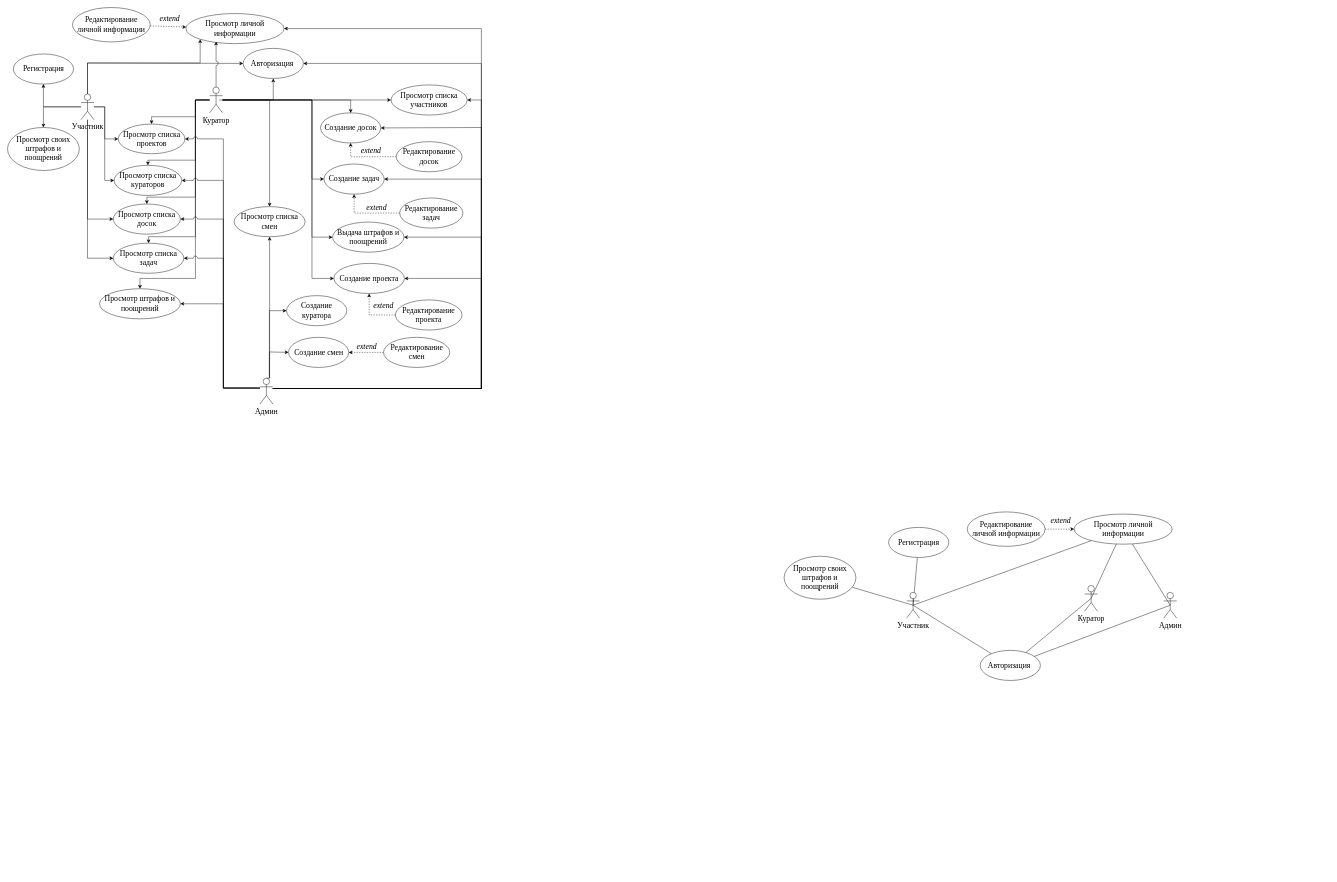
This is Диаграмма прецедентов.drawio from AvipoStar/EOIS-FRONT, a draw.io file, before an edit. Source tidied: cells renumbered, new cells numbered last; positions are measured from the earlier drawing's top-left corner, leaving out a move shared by most shapes. Both pictures are drawn from the tidied source at 43%, with x=0, y=0 at pixel (7, 7).
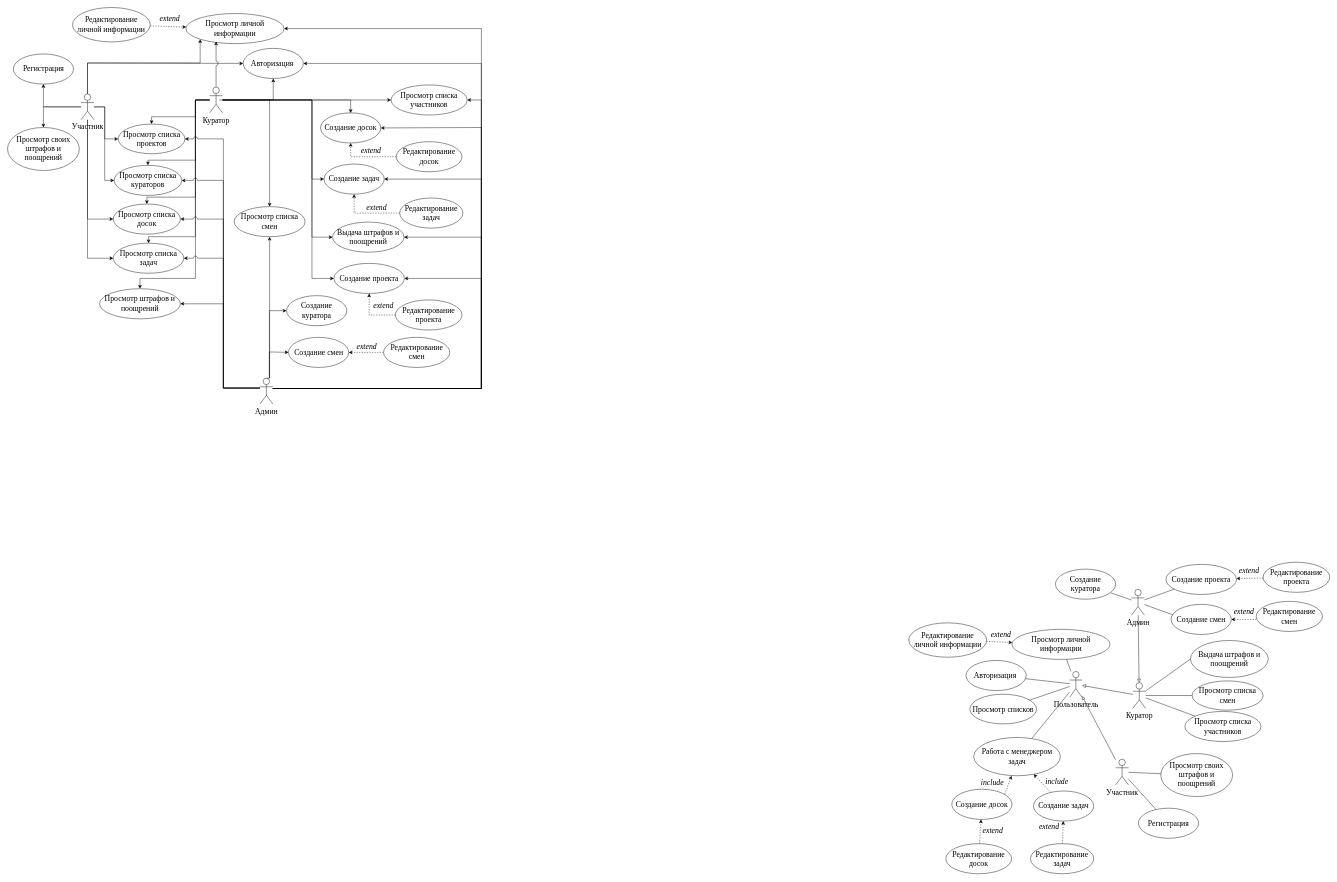
Above is the later version.

The change refers to these unchanged cells:
```xml
<mxCell id="85" style="rounded=0;jettySize=auto;html=1;dashed=1;endArrow=classic;endFill=1;fontFamily=Liberation Serif;fontSize=14;" parent="1" edge="1" source="87" target="84">
  <mxGeometry relative="1" as="geometry" />
</mxCell>
```

Change to the diagram source:
```diff
@@
-    <mxCell id="72" style="rounded=0;jettySize=auto;html=1;exitX=0.5;exitY=0.5;exitDx=0;exitDy=0;exitPerimeter=0;endArrow=none;endFill=0;" parent="1" edge="1" source="76" target="88">
+    <mxCell id="72" style="rounded=0;jettySize=auto;html=1;endArrow=none;endFill=0;jumpStyle=arc;" parent="1" edge="1" source="76" target="88">
       <mxGeometry relative="1" as="geometry" />
     </mxCell>
-    <mxCell id="73" style="rounded=0;jettySize=auto;html=1;exitX=0.5;exitY=0.5;exitDx=0;exitDy=0;exitPerimeter=0;endArrow=none;endFill=0;" parent="1" edge="1" source="76" target="84">
-      <mxGeometry relative="1" as="geometry" />
-    </mxCell>
-    <mxCell id="74" style="rounded=0;jettySize=auto;html=1;exitX=0.5;exitY=0.5;exitDx=0;exitDy=0;exitPerimeter=0;endArrow=none;endFill=0;" parent="1" edge="1" source="76" target="83">
-      <mxGeometry relative="1" as="geometry" />
-    </mxCell>
-    <mxCell id="75" style="rounded=0;jettySize=auto;html=1;exitX=0.5;exitY=0.5;exitDx=0;exitDy=0;exitPerimeter=0;endArrow=none;endFill=0;" parent="1" edge="1" source="76" target="89">
+    <mxCell id="75" style="rounded=0;jettySize=auto;html=1;endArrow=none;endFill=0;jumpStyle=arc;" parent="1" edge="1" source="76" target="89">
       <mxGeometry relative="1" as="geometry" />
     </mxCell>
     <mxCell id="76" value="Участник&lt;div style=&quot;font-size: 18px;&quot;&gt;&lt;br style=&quot;font-size: 18px;&quot;&gt;&lt;/div&gt;" style="shape=umlActor;verticalLabelPosition=bottom;verticalAlign=top;html=1;fontFamily=Liberation Serif;fontSize=18;" parent="1" vertex="1">
-      <mxGeometry x="2091" y="1360" width="30" height="60" as="geometry" />
+      <mxGeometry x="2577" y="1748" width="30" height="60" as="geometry" />
     </mxCell>
-    <mxCell id="77" style="rounded=0;jettySize=auto;html=1;exitX=0.5;exitY=0.5;exitDx=0;exitDy=0;exitPerimeter=0;endArrow=none;endFill=0;" parent="1" edge="1" source="79" target="83">
-      <mxGeometry relative="1" as="geometry" />
-    </mxCell>
-    <mxCell id="78" style="rounded=0;jettySize=auto;html=1;exitX=0.5;exitY=0.5;exitDx=0;exitDy=0;exitPerimeter=0;endArrow=none;endFill=0;" parent="1" edge="1" source="79" target="84">
-      <mxGeometry relative="1" as="geometry" />
-    </mxCell>
+    <mxCell id="90" style="rounded=0;jettySize=auto;html=1;endArrow=block;endFill=0;" parent="1" edge="1" source="79" target="101">
+      <mxGeometry relative="1" as="geometry" />
+    </mxCell>
+    <mxCell id="91" style="rounded=0;jettySize=auto;html=1;endArrow=none;endFill=0;" parent="1" edge="1" source="79" target="108">
+      <mxGeometry relative="1" as="geometry" />
+    </mxCell>
+    <mxCell id="92" style="rounded=0;jettySize=auto;html=1;endArrow=none;endFill=0;" parent="1" edge="1" source="79" target="119">
+      <mxGeometry relative="1" as="geometry" />
+    </mxCell>
     <mxCell id="79" value="&lt;div style=&quot;font-size: 18px;&quot;&gt;Куратор&lt;/div&gt;" style="shape=umlActor;verticalLabelPosition=bottom;verticalAlign=top;html=1;fontFamily=Liberation Serif;fontSize=18;" parent="1" vertex="1">
-      <mxGeometry x="2505" y="1344" width="30" height="60" as="geometry" />
+      <mxGeometry x="2617" y="1570" width="30" height="60" as="geometry" />
     </mxCell>
-    <mxCell id="80" style="rounded=0;jettySize=auto;html=1;exitX=0.5;exitY=0.5;exitDx=0;exitDy=0;exitPerimeter=0;endArrow=none;endFill=0;" parent="1" edge="1" source="82" target="83">
-      <mxGeometry relative="1" as="geometry" />
-    </mxCell>
-    <mxCell id="81" style="rounded=0;jettySize=auto;html=1;exitX=0.5;exitY=0.5;exitDx=0;exitDy=0;exitPerimeter=0;endArrow=none;endFill=0;" parent="1" edge="1" source="82" target="84">
-      <mxGeometry relative="1" as="geometry" />
-    </mxCell>
+    <mxCell id="93" style="rounded=0;jettySize=auto;html=1;endArrow=none;endFill=0;" parent="1" edge="1" source="82" target="107">
+      <mxGeometry relative="1" as="geometry" />
+    </mxCell>
+    <mxCell id="94" style="rounded=0;jettySize=auto;html=1;endArrow=none;endFill=0;" parent="1" edge="1" source="82" target="103">
+      <mxGeometry relative="1" as="geometry" />
+    </mxCell>
+    <mxCell id="95" style="rounded=0;jettySize=auto;html=1;entryX=0.043;entryY=0.358;entryDx=0;entryDy=0;endArrow=none;endFill=0;entryPerimeter=0;" parent="1" edge="1" source="82" target="109">
+      <mxGeometry relative="1" as="geometry" />
+    </mxCell>
     <mxCell id="82" value="&lt;div style=&quot;font-size: 18px;&quot;&gt;Админ&lt;/div&gt;" style="shape=umlActor;verticalLabelPosition=bottom;verticalAlign=top;html=1;fontFamily=Liberation Serif;fontSize=18;" parent="1" vertex="1">
-      <mxGeometry x="2689" y="1360" width="30" height="60" as="geometry" />
+      <mxGeometry x="2614" y="1353" width="30" height="60" as="geometry" />
     </mxCell>
     <mxCell id="83" value="Авторизация&amp;nbsp;" style="ellipse;whiteSpace=wrap;html=1;fontFamily=Liberation Serif;fontSize=18;" parent="1" vertex="1">
-      <mxGeometry x="2262" y="1495" width="140" height="70" as="geometry" />
+      <mxGeometry x="2229" y="1518.5" width="140" height="70" as="geometry" />
     </mxCell>
     <mxCell id="84" value="Просмотр личной информации" style="ellipse;whiteSpace=wrap;html=1;fontFamily=Liberation Serif;fontSize=18;" parent="1" vertex="1">
-      <mxGeometry x="2480.5" y="1178" width="228" height="70" as="geometry" />
+      <mxGeometry x="2336" y="1446" width="228" height="70" as="geometry" />
     </mxCell>
@@
     <mxCell id="86" value="extend" style="edgeLabel;html=1;align=center;verticalAlign=middle;fontStyle=2;fontFamily=Liberation Serif;fontSize=18;" parent="85" vertex="1">
       <mxGeometry x="0.17" y="4" relative="1" as="geometry">
-        <mxPoint x="-4" y="-16" as="offset" />
+        <mxPoint x="-2" y="-14" as="offset" />
       </mxGeometry>
     </mxCell>
     <mxCell id="87" value="Редактирование личной информации" style="ellipse;whiteSpace=wrap;html=1;fontFamily=Liberation Serif;fontSize=18;" parent="1" vertex="1">
-      <mxGeometry x="2232" y="1173" width="181" height="80" as="geometry" />
+      <mxGeometry x="2096" y="1431" width="181" height="80" as="geometry" />
     </mxCell>
     <mxCell id="88" value="Регистрация" style="ellipse;whiteSpace=wrap;html=1;fontFamily=Liberation Serif;fontSize=18;" parent="1" vertex="1">
-      <mxGeometry x="2049" y="1209" width="140" height="70" as="geometry" />
+      <mxGeometry x="2630" y="1862" width="140" height="70" as="geometry" />
     </mxCell>
     <mxCell id="89" value="Просмотр своих штрафов и поощрений" style="ellipse;whiteSpace=wrap;html=1;fontFamily=Liberation Serif;fontSize=18;" parent="1" vertex="1">
-      <mxGeometry x="1806" y="1276" width="167" height="100" as="geometry" />
+      <mxGeometry x="2682" y="1735" width="167" height="100" as="geometry" />
     </mxCell>
+    <mxCell id="96" value="Просмотр списков" style="ellipse;whiteSpace=wrap;html=1;fontFamily=Liberation Serif;fontSize=18;" parent="1" vertex="1">
+      <mxGeometry x="2238" y="1597" width="155" height="69" as="geometry" />
+    </mxCell>
+    <mxCell id="97" style="rounded=0;jettySize=auto;html=1;endArrow=none;endFill=0;" parent="1" edge="1" source="101" target="83">
+      <mxGeometry relative="1" as="geometry" />
+    </mxCell>
+    <mxCell id="98" style="rounded=0;jettySize=auto;html=1;endArrow=none;endFill=0;" parent="1" edge="1" source="101" target="96">
+      <mxGeometry relative="1" as="geometry" />
+    </mxCell>
+    <mxCell id="99" style="rounded=0;jettySize=auto;html=1;endArrow=none;endFill=0;" parent="1" edge="1" source="101" target="84">
+      <mxGeometry relative="1" as="geometry" />
+    </mxCell>
+    <mxCell id="100" style="rounded=0;jettySize=auto;html=1;endArrow=none;endFill=0;" parent="1" edge="1" source="101" target="126">
+      <mxGeometry relative="1" as="geometry" />
+    </mxCell>
+    <mxCell id="101" value="&lt;div style=&quot;font-size: 18px;&quot;&gt;Пользователь&lt;/div&gt;" style="shape=umlActor;verticalLabelPosition=bottom;verticalAlign=top;html=1;fontFamily=Liberation Serif;fontSize=18;" parent="1" vertex="1">
+      <mxGeometry x="2470" y="1544" width="29" height="60" as="geometry" />
+    </mxCell>
+    <mxCell id="102" style="rounded=0;jettySize=auto;html=1;endArrow=block;endFill=0;" parent="1" edge="1" source="76" target="101">
+      <mxGeometry relative="1" as="geometry" />
+    </mxCell>
+    <mxCell id="103" value="Создание проекта" style="ellipse;whiteSpace=wrap;html=1;fontFamily=Liberation Serif;fontSize=18;" parent="1" vertex="1">
+      <mxGeometry x="2694" y="1295" width="164" height="70" as="geometry" />
+    </mxCell>
+    <mxCell id="104" style="rounded=0;jettySize=auto;html=1;dashed=1;" parent="1" edge="1" source="106" target="103">
+      <mxGeometry relative="1" as="geometry" />
+    </mxCell>
+    <mxCell id="105" value="&lt;span style=&quot;font-family: &amp;quot;Liberation Serif&amp;quot;; font-size: 18px; font-style: italic;&quot;&gt;extend&lt;/span&gt;" style="edgeLabel;html=1;align=center;verticalAlign=middle;" parent="104" vertex="1">
+      <mxGeometry x="0.08" y="1" relative="1" as="geometry">
+        <mxPoint y="-20" as="offset" />
+      </mxGeometry>
+    </mxCell>
+    <mxCell id="106" value="Редактирование проекта" style="ellipse;whiteSpace=wrap;html=1;fontFamily=Liberation Serif;fontSize=18;" parent="1" vertex="1">
+      <mxGeometry x="2920" y="1290" width="155" height="70" as="geometry" />
+    </mxCell>
+    <mxCell id="107" value="Создание куратора" style="ellipse;whiteSpace=wrap;html=1;fontFamily=Liberation Serif;fontSize=18;" parent="1" vertex="1">
+      <mxGeometry x="2437" y="1306" width="140" height="70" as="geometry" />
+    </mxCell>
+    <mxCell id="108" value="Просмотр списка смен" style="ellipse;whiteSpace=wrap;html=1;fontFamily=Liberation Serif;fontSize=18;" parent="1" vertex="1">
+      <mxGeometry x="2755" y="1566" width="165" height="68" as="geometry" />
+    </mxCell>
+    <mxCell id="109" value="Создание смен" style="ellipse;whiteSpace=wrap;html=1;fontFamily=Liberation Serif;fontSize=18;" parent="1" vertex="1">
+      <mxGeometry x="2706" y="1388" width="140" height="70" as="geometry" />
+    </mxCell>
+    <mxCell id="110" style="rounded=0;jettySize=auto;html=1;dashed=1;exitX=0.002;exitY=0.598;exitDx=0;exitDy=0;fontFamily=Liberation Serif;fontSize=14;exitPerimeter=0;" parent="1" edge="1" source="112" target="109">
+      <mxGeometry relative="1" as="geometry" />
+    </mxCell>
+    <mxCell id="111" value="&lt;span style=&quot;font-style: italic; font-size: 18px;&quot;&gt;extend&lt;/span&gt;" style="edgeLabel;html=1;align=center;verticalAlign=middle;fontFamily=Liberation Serif;fontSize=18;" parent="110" vertex="1">
+      <mxGeometry x="0.17" y="-1" relative="1" as="geometry">
+        <mxPoint x="4" y="-18" as="offset" />
+      </mxGeometry>
+    </mxCell>
+    <mxCell id="112" value="Редактирование смен" style="ellipse;whiteSpace=wrap;html=1;fontFamily=Liberation Serif;fontSize=18;" parent="1" vertex="1">
+      <mxGeometry x="2904" y="1381" width="154" height="70" as="geometry" />
+    </mxCell>
+    <mxCell id="113" style="rounded=0;jettySize=auto;html=1;endArrow=classic;endFill=1;dashed=1;" parent="1" edge="1" source="115" target="126">
+      <mxGeometry relative="1" as="geometry" />
+    </mxCell>
+    <mxCell id="114" value="include" style="edgeLabel;html=1;align=center;verticalAlign=middle;fontStyle=2;fontFamily=Liberation Serif;fontSize=18;" parent="113" vertex="1">
+      <mxGeometry x="-0.09" relative="1" as="geometry">
+        <mxPoint x="31" y="-6" as="offset" />
+      </mxGeometry>
+    </mxCell>
+    <mxCell id="115" value="Создание задач" style="ellipse;whiteSpace=wrap;html=1;fontFamily=Liberation Serif;fontSize=18;" parent="1" vertex="1">
+      <mxGeometry x="2386" y="1822" width="140" height="70" as="geometry" />
+    </mxCell>
+    <mxCell id="116" style="rounded=0;jettySize=auto;html=1;dashed=1;fontFamily=Liberation Serif;fontSize=14;" parent="1" edge="1" source="118" target="115">
+      <mxGeometry relative="1" as="geometry" />
+    </mxCell>
+    <mxCell id="117" value="&lt;span style=&quot;font-style: italic; font-size: 18px;&quot;&gt;extend&lt;/span&gt;" style="edgeLabel;html=1;align=center;verticalAlign=middle;fontFamily=Liberation Serif;fontSize=18;" parent="116" vertex="1">
+      <mxGeometry x="-0.09" y="-1" relative="1" as="geometry">
+        <mxPoint x="-34" y="-16" as="offset" />
+      </mxGeometry>
+    </mxCell>
+    <mxCell id="118" value="Редактирование задач" style="ellipse;whiteSpace=wrap;html=1;fontFamily=Liberation Serif;fontSize=18;" parent="1" vertex="1">
+      <mxGeometry x="2379" y="1944.5" width="147" height="70" as="geometry" />
+    </mxCell>
+    <mxCell id="119" value="Просмотр списка участников" style="ellipse;whiteSpace=wrap;html=1;fontFamily=Liberation Serif;fontSize=18;" parent="1" vertex="1">
+      <mxGeometry x="2738" y="1637" width="177" height="70" as="geometry" />
+    </mxCell>
+    <mxCell id="120" style="rounded=0;orthogonalLoop=1;jettySize=auto;html=1;exitX=1;exitY=0;exitDx=0;exitDy=0;endArrow=classic;endFill=1;dashed=1;" parent="1" edge="1">
+      <mxGeometry relative="1" as="geometry">
+        <mxPoint x="2319.1" y="1828.8" as="sourcePoint" />
+        <mxPoint x="2335" y="1786.5" as="targetPoint" />
+      </mxGeometry>
+    </mxCell>
+    <mxCell id="121" value="include" style="edgeLabel;html=1;align=center;verticalAlign=middle;fontFamily=Liberation Serif;fontSize=18;fontStyle=2;" parent="120" vertex="1">
+      <mxGeometry x="-0.14" y="-1" relative="1" as="geometry">
+        <mxPoint x="-37" y="-9" as="offset" />
+      </mxGeometry>
+    </mxCell>
+    <mxCell id="122" value="Создание досок" style="ellipse;whiteSpace=wrap;html=1;fontFamily=Liberation Serif;fontSize=18;" parent="1" vertex="1">
+      <mxGeometry x="2196" y="1818" width="140" height="70" as="geometry" />
+    </mxCell>
+    <mxCell id="123" value="&lt;span style=&quot;color: rgb(0, 0, 0); font-size: 18px; font-style: italic; font-variant-ligatures: normal; font-variant-caps: normal; font-weight: 400; letter-spacing: normal; orphans: 2; text-align: center; text-indent: 0px; text-transform: none; widows: 2; word-spacing: 0px; -webkit-text-stroke-width: 0px; white-space: nowrap; background-color: rgb(255, 255, 255); text-decoration-thickness: initial; text-decoration-style: initial; text-decoration-color: initial; float: none; display: inline !important;&quot;&gt;extend&lt;/span&gt;" style="rounded=0;jettySize=auto;html=1;dashed=1;fontFamily=Liberation Serif;fontSize=18;" parent="1" edge="1" source="124" target="122">
+      <mxGeometry x="0.14" y="-29" relative="1" as="geometry" />
+    </mxCell>
+    <mxCell id="124" value="Редактирование досок" style="ellipse;whiteSpace=wrap;html=1;fontFamily=Liberation Serif;fontSize=18;" parent="1" vertex="1">
+      <mxGeometry x="2182" y="1944.5" width="153" height="70" as="geometry" />
+    </mxCell>
+    <mxCell id="125" value="Выдача штрафов и поощрений" style="ellipse;whiteSpace=wrap;html=1;fontFamily=Liberation Serif;fontSize=18;" parent="1" vertex="1">
+      <mxGeometry x="2751" y="1472" width="181" height="86" as="geometry" />
+    </mxCell>
+    <mxCell id="126" value="Работа с менеджером задач" style="ellipse;whiteSpace=wrap;html=1;fontFamily=Liberation Serif;fontSize=18;" parent="1" vertex="1">
+      <mxGeometry x="2247" y="1697.5" width="201.5" height="89" as="geometry" />
+    </mxCell>
+    <mxCell id="127" style="rounded=0;jettySize=auto;html=1;entryX=0;entryY=0.5;entryDx=0;entryDy=0;endArrow=none;endFill=0;" parent="1" edge="1" source="79" target="125">
+      <mxGeometry relative="1" as="geometry" />
+    </mxCell>
+    <mxCell id="128" style="rounded=0;jettySize=auto;html=1;endArrow=block;endFill=0;" parent="1" edge="1" source="82" target="79">
+      <mxGeometry relative="1" as="geometry" />
+    </mxCell>
```
